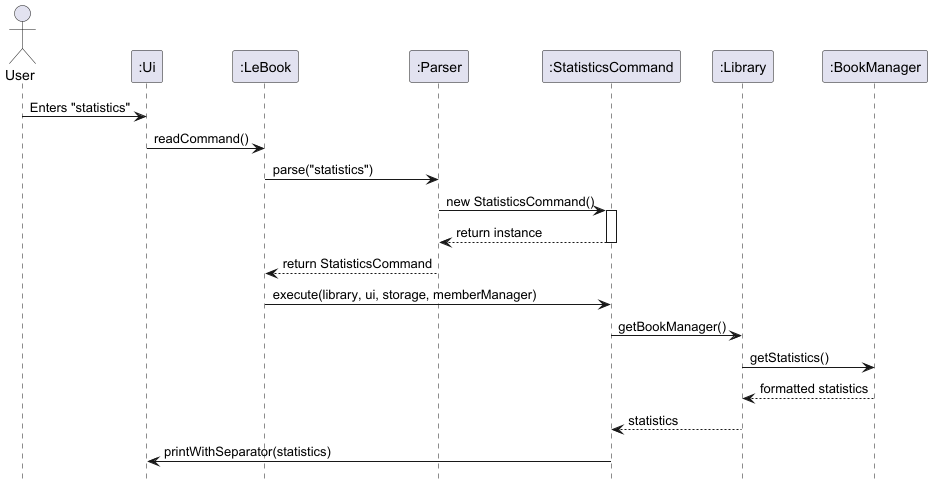
Earlier version of the PlantUML export docs/images/StatisticsCommandSequence.png (eth4n22/tp). Its diagram source:
```plantuml
@startuml

hide footbox
skinparam classAttributeIconSize 0

actor User

participant ":Ui"
participant ":LeBook"
participant ":Parser"
participant ":StatisticsCommand"
participant ":Library"
participant ":BookManager"

User -> ":Ui" : Enters "statistics"
":Ui" -> ":LeBook" : readCommand()

":LeBook" -> ":Parser" : parse("statistics")
":Parser" -> ":StatisticsCommand" : new StatisticsCommand()
activate ":StatisticsCommand"
":StatisticsCommand" --> ":Parser" : return instance
deactivate ":StatisticsCommand"

":Parser" --> ":LeBook" : return StatisticsCommand

":LeBook" -> ":StatisticsCommand" : execute(library, ui, storage, memberManager)
":StatisticsCommand" -> ":Library" : getBookManager()
":Library" -> ":BookManager" : getStatistics()
":BookManager" --> ":Library" : formatted statistics
":Library" --> ":StatisticsCommand" : statistics

":StatisticsCommand" -> ":Ui" : printWithSeparator(statistics)

@enduml
```
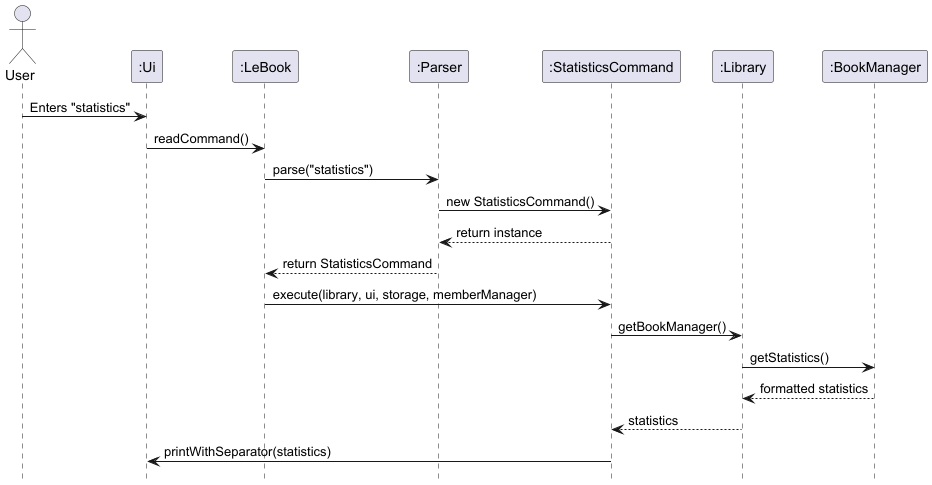
Above is the later version.

What changed in the source:
```diff
@@ -17,9 +17,7 @@
 
 ":LeBook" -> ":Parser" : parse("statistics")
 ":Parser" -> ":StatisticsCommand" : new StatisticsCommand()
-activate ":StatisticsCommand"
 ":StatisticsCommand" --> ":Parser" : return instance
-deactivate ":StatisticsCommand"
 
 ":Parser" --> ":LeBook" : return StatisticsCommand
 
```
